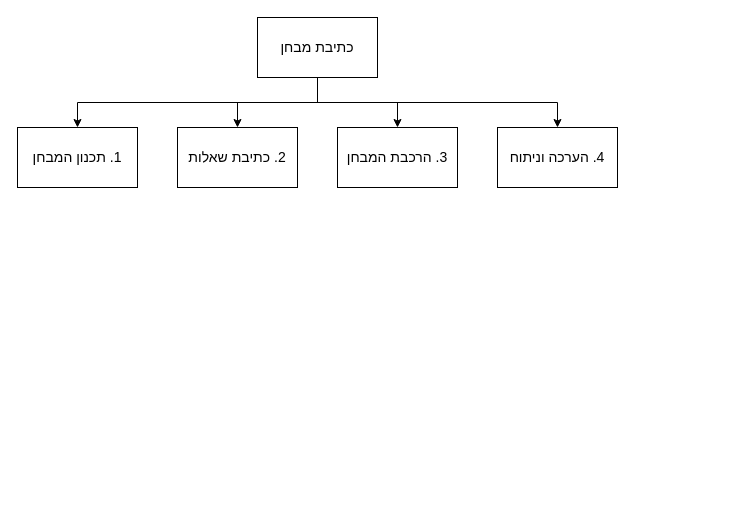
The draw.io diagram Semesterial Project_assigment1_HumanIterface/HTA - מערכת לבניית מבחנים.drawio in reemyha/GoNature, before the edit. Source tidied: cells renumbered, new cells numbered last; positions are measured from the earlier drawing's top-left corner, leaving out a move shared by most shapes. Both pictures are drawn from the tidied source at 100%, with x=0, y=0 at pixel (17, 17).
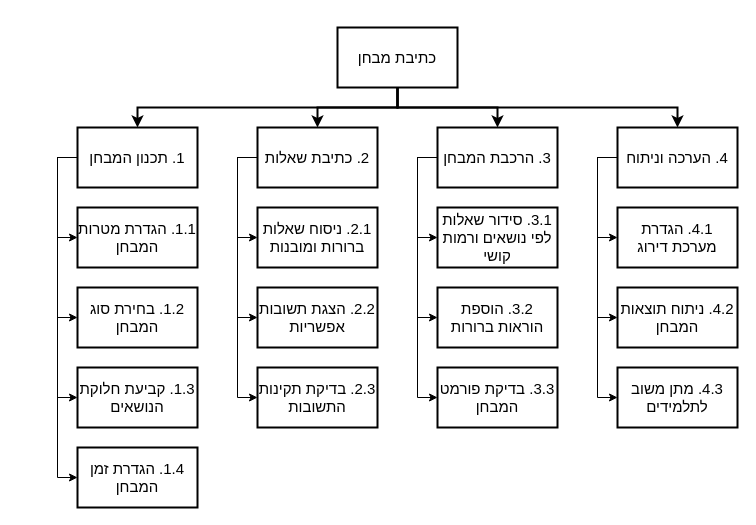
Above is the later version.

Diff of the diagram source:
```diff
@@
+    <mxCell id="11" style="edgeStyle=orthogonalEdgeStyle;rounded=0;jettySize=auto;html=1;exitX=0;exitY=0.5;exitDx=0;exitDy=0;entryX=0;entryY=0.5;entryDx=0;entryDy=0;" parent="1" edge="1" source="2" target="28">
+      <mxGeometry relative="1" as="geometry" />
+    </mxCell>
+    <mxCell id="12" style="edgeStyle=orthogonalEdgeStyle;rounded=0;jettySize=auto;html=1;exitX=0;exitY=0.5;exitDx=0;exitDy=0;entryX=0;entryY=0.5;entryDx=0;entryDy=0;" parent="1" edge="1" source="2" target="29">
+      <mxGeometry relative="1" as="geometry" />
+    </mxCell>
+    <mxCell id="13" style="edgeStyle=orthogonalEdgeStyle;rounded=0;jettySize=auto;html=1;exitX=0;exitY=0.5;exitDx=0;exitDy=0;entryX=0;entryY=0.5;entryDx=0;entryDy=0;" parent="1" edge="1" source="2" target="30">
+      <mxGeometry relative="1" as="geometry" />
+    </mxCell>
-    <mxCell id="2" value="&lt;div style=&quot;direction: rtl; font-size: 14px;&quot;&gt;&lt;span style=&quot;background-color: initial; font-size: 14px;&quot;&gt;2. כתיבת שאלות&lt;/span&gt;&lt;/div&gt;" style="rounded=0;whiteSpace=wrap;html=1;align=center;textDirection=rtl;fontSize=14;" parent="1" vertex="1">
-      <mxGeometry x="160" y="110" width="120" height="60" as="geometry" />
+    <mxCell id="2" value="&lt;div style=&quot;direction: rtl; font-size: 15px;&quot;&gt;&lt;span style=&quot;background-color: initial; font-size: 15px;&quot;&gt;2. כתיבת שאלות&lt;/span&gt;&lt;/div&gt;" style="rounded=0;whiteSpace=wrap;html=1;align=center;textDirection=rtl;fontSize=15;strokeWidth=2;" parent="1" vertex="1">
+      <mxGeometry x="240" y="110" width="120" height="60" as="geometry" />
     </mxCell>
+    <mxCell id="14" style="edgeStyle=orthogonalEdgeStyle;rounded=0;jettySize=auto;html=1;exitX=0;exitY=0.5;exitDx=0;exitDy=0;entryX=0;entryY=0.5;entryDx=0;entryDy=0;" parent="1" edge="1" source="3" target="31">
+      <mxGeometry relative="1" as="geometry" />
+    </mxCell>
+    <mxCell id="15" style="edgeStyle=orthogonalEdgeStyle;rounded=0;jettySize=auto;html=1;exitX=0;exitY=0.5;exitDx=0;exitDy=0;entryX=0;entryY=0.5;entryDx=0;entryDy=0;" parent="1" edge="1" source="3" target="32">
+      <mxGeometry relative="1" as="geometry" />
+    </mxCell>
+    <mxCell id="16" style="edgeStyle=orthogonalEdgeStyle;rounded=0;jettySize=auto;html=1;exitX=0;exitY=0.5;exitDx=0;exitDy=0;entryX=0;entryY=0.5;entryDx=0;entryDy=0;" parent="1" edge="1" source="3" target="33">
+      <mxGeometry relative="1" as="geometry" />
+    </mxCell>
-    <mxCell id="3" value="&lt;div style=&quot;direction: rtl; font-size: 14px;&quot;&gt;&lt;span style=&quot;background-color: initial; font-size: 14px;&quot;&gt;3. הרכבת המבחן&lt;/span&gt;&lt;/div&gt;" style="rounded=0;whiteSpace=wrap;html=1;align=center;textDirection=rtl;fontSize=14;" parent="1" vertex="1">
-      <mxGeometry x="320" y="110" width="120" height="60" as="geometry" />
+    <mxCell id="3" value="&lt;div style=&quot;direction: rtl; font-size: 15px;&quot;&gt;&lt;span style=&quot;background-color: initial; font-size: 15px;&quot;&gt;3. הרכבת המבחן&lt;/span&gt;&lt;/div&gt;" style="rounded=0;whiteSpace=wrap;html=1;align=center;textDirection=rtl;fontSize=15;strokeWidth=2;" parent="1" vertex="1">
+      <mxGeometry x="420" y="110" width="120" height="60" as="geometry" />
     </mxCell>
+    <mxCell id="17" style="edgeStyle=orthogonalEdgeStyle;rounded=0;jettySize=auto;html=1;exitX=0;exitY=0.5;exitDx=0;exitDy=0;entryX=0;entryY=0.5;entryDx=0;entryDy=0;" parent="1" edge="1" source="4" target="34">
+      <mxGeometry relative="1" as="geometry" />
+    </mxCell>
+    <mxCell id="18" style="edgeStyle=orthogonalEdgeStyle;rounded=0;jettySize=auto;html=1;exitX=0;exitY=0.5;exitDx=0;exitDy=0;entryX=0;entryY=0.5;entryDx=0;entryDy=0;" parent="1" edge="1" source="4" target="35">
+      <mxGeometry relative="1" as="geometry" />
+    </mxCell>
+    <mxCell id="19" style="edgeStyle=orthogonalEdgeStyle;rounded=0;jettySize=auto;html=1;exitX=0;exitY=0.5;exitDx=0;exitDy=0;entryX=0;entryY=0.5;entryDx=0;entryDy=0;" parent="1" edge="1" source="4" target="36">
+      <mxGeometry relative="1" as="geometry" />
+    </mxCell>
-    <mxCell id="4" value="&lt;div style=&quot;direction: rtl; font-size: 14px;&quot;&gt;&lt;span style=&quot;background-color: initial; font-size: 14px;&quot;&gt;4. הערכה וניתוח&lt;/span&gt;&lt;/div&gt;" style="rounded=0;whiteSpace=wrap;html=1;align=center;textDirection=rtl;fontSize=14;" parent="1" vertex="1">
-      <mxGeometry x="480" y="110" width="120" height="60" as="geometry" />
+    <mxCell id="4" value="&lt;div style=&quot;direction: rtl; font-size: 15px;&quot;&gt;&lt;span style=&quot;background-color: initial; font-size: 15px;&quot;&gt;4. הערכה וניתוח&lt;/span&gt;&lt;/div&gt;" style="rounded=0;whiteSpace=wrap;html=1;align=center;textDirection=rtl;fontSize=15;strokeWidth=2;" parent="1" vertex="1">
+      <mxGeometry x="600" y="110" width="120" height="60" as="geometry" />
     </mxCell>
+    <mxCell id="20" style="edgeStyle=orthogonalEdgeStyle;rounded=0;jettySize=auto;html=1;exitX=0;exitY=0.5;exitDx=0;exitDy=0;entryX=0;entryY=0.5;entryDx=0;entryDy=0;" parent="1" edge="1" source="5" target="24">
+      <mxGeometry relative="1" as="geometry" />
+    </mxCell>
+    <mxCell id="21" style="edgeStyle=orthogonalEdgeStyle;rounded=0;jettySize=auto;html=1;exitX=0;exitY=0.5;exitDx=0;exitDy=0;entryX=0;entryY=0.5;entryDx=0;entryDy=0;" parent="1" edge="1" source="5" target="25">
+      <mxGeometry relative="1" as="geometry" />
+    </mxCell>
+    <mxCell id="22" style="edgeStyle=orthogonalEdgeStyle;rounded=0;jettySize=auto;html=1;exitX=0;exitY=0.5;exitDx=0;exitDy=0;entryX=0;entryY=0.5;entryDx=0;entryDy=0;" parent="1" edge="1" source="5" target="26">
+      <mxGeometry relative="1" as="geometry" />
+    </mxCell>
+    <mxCell id="23" style="edgeStyle=orthogonalEdgeStyle;rounded=0;jettySize=auto;html=1;exitX=0;exitY=0.5;exitDx=0;exitDy=0;entryX=0;entryY=0.5;entryDx=0;entryDy=0;" parent="1" edge="1" source="5" target="27">
+      <mxGeometry relative="1" as="geometry" />
+    </mxCell>
-    <mxCell id="5" value="&lt;div style=&quot;direction: rtl; font-size: 14px;&quot;&gt;&lt;span style=&quot;background-color: initial; font-size: 14px;&quot;&gt;1. תכנון המבחן&lt;/span&gt;&lt;/div&gt;" style="rounded=0;whiteSpace=wrap;html=1;align=center;textDirection=rtl;fontSize=14;" parent="1" vertex="1">
-      <mxGeometry y="110" width="120" height="60" as="geometry" />
+    <mxCell id="5" value="&lt;div style=&quot;direction: rtl; font-size: 15px;&quot;&gt;&lt;span style=&quot;background-color: initial; font-size: 15px;&quot;&gt;1. תכנון המבחן&lt;/span&gt;&lt;/div&gt;" style="rounded=0;whiteSpace=wrap;html=1;align=center;textDirection=rtl;fontSize=15;strokeWidth=2;" parent="1" vertex="1">
+      <mxGeometry x="60" y="110" width="120" height="60" as="geometry" />
     </mxCell>
-    <mxCell id="6" style="edgeStyle=orthogonalEdgeStyle;rounded=0;jettySize=auto;html=1;exitX=0.5;exitY=1;exitDx=0;exitDy=0;entryX=0.5;entryY=0;entryDx=0;entryDy=0;" parent="1" edge="1" source="10" target="5">
+    <mxCell id="6" style="edgeStyle=orthogonalEdgeStyle;rounded=0;jettySize=auto;html=1;exitX=0.5;exitY=1;exitDx=0;exitDy=0;entryX=0.5;entryY=0;entryDx=0;entryDy=0;textDirection=rtl;fontSize=15;strokeWidth=2;" parent="1" edge="1" source="10" target="5">
       <mxGeometry relative="1" as="geometry" />
     </mxCell>
-    <mxCell id="7" style="edgeStyle=orthogonalEdgeStyle;rounded=0;jettySize=auto;html=1;exitX=0.5;exitY=1;exitDx=0;exitDy=0;entryX=0.5;entryY=0;entryDx=0;entryDy=0;" parent="1" edge="1" source="10" target="2">
+    <mxCell id="7" style="edgeStyle=orthogonalEdgeStyle;rounded=0;jettySize=auto;html=1;exitX=0.5;exitY=1;exitDx=0;exitDy=0;entryX=0.5;entryY=0;entryDx=0;entryDy=0;textDirection=rtl;fontSize=15;strokeWidth=2;" parent="1" edge="1" source="10" target="2">
       <mxGeometry relative="1" as="geometry" />
     </mxCell>
-    <mxCell id="8" style="edgeStyle=orthogonalEdgeStyle;rounded=0;jettySize=auto;html=1;exitX=0.5;exitY=1;exitDx=0;exitDy=0;entryX=0.5;entryY=0;entryDx=0;entryDy=0;" parent="1" edge="1" source="10" target="3">
+    <mxCell id="8" style="edgeStyle=orthogonalEdgeStyle;rounded=0;jettySize=auto;html=1;exitX=0.5;exitY=1;exitDx=0;exitDy=0;entryX=0.5;entryY=0;entryDx=0;entryDy=0;textDirection=rtl;fontSize=15;strokeWidth=2;" parent="1" edge="1" source="10" target="3">
       <mxGeometry relative="1" as="geometry" />
     </mxCell>
-    <mxCell id="9" style="edgeStyle=orthogonalEdgeStyle;rounded=0;jettySize=auto;html=1;exitX=0.5;exitY=1;exitDx=0;exitDy=0;entryX=0.5;entryY=0;entryDx=0;entryDy=0;" parent="1" edge="1" source="10" target="4">
+    <mxCell id="9" style="edgeStyle=orthogonalEdgeStyle;rounded=0;jettySize=auto;html=1;exitX=0.5;exitY=1;exitDx=0;exitDy=0;entryX=0.5;entryY=0;entryDx=0;entryDy=0;textDirection=rtl;fontSize=15;strokeWidth=2;" parent="1" edge="1" source="10" target="4">
       <mxGeometry relative="1" as="geometry" />
     </mxCell>
-    <mxCell id="10" value="כתיבת מבחן" style="rounded=0;whiteSpace=wrap;html=1;fontSize=14;textDirection=rtl;" parent="1" vertex="1">
-      <mxGeometry x="240" width="120" height="60" as="geometry" />
+    <mxCell id="10" value="כתיבת מבחן" style="rounded=0;whiteSpace=wrap;html=1;fontSize=15;textDirection=rtl;strokeWidth=2;" parent="1" vertex="1">
+      <mxGeometry x="320" y="10" width="120" height="60" as="geometry" />
     </mxCell>
+    <mxCell id="24" value="1.1. הגדרת מטרות המבחן" style="whiteSpace=wrap;html=1;fontSize=15;rounded=0;textDirection=rtl;strokeWidth=2;" parent="1" vertex="1">
+      <mxGeometry x="60" y="190" width="120" height="60" as="geometry" />
+    </mxCell>
+    <mxCell id="25" value="1.2. בחירת סוג המבחן" style="whiteSpace=wrap;html=1;fontSize=15;rounded=0;textDirection=rtl;strokeWidth=2;" parent="1" vertex="1">
+      <mxGeometry x="60" y="270" width="120" height="60" as="geometry" />
+    </mxCell>
+    <mxCell id="26" value="1.3. קביעת חלוקת הנושאים" style="whiteSpace=wrap;html=1;fontSize=15;rounded=0;textDirection=rtl;strokeWidth=2;" parent="1" vertex="1">
+      <mxGeometry x="60" y="350" width="120" height="60" as="geometry" />
+    </mxCell>
+    <mxCell id="27" value="1.4. הגדרת זמן המבחן" style="whiteSpace=wrap;html=1;fontSize=15;rounded=0;textDirection=rtl;strokeWidth=2;" parent="1" vertex="1">
+      <mxGeometry x="60" y="430" width="120" height="60" as="geometry" />
+    </mxCell>
+    <mxCell id="28" value="2.1. ניסוח שאלות ברורות ומובנות" style="whiteSpace=wrap;html=1;fontSize=15;rounded=0;textDirection=rtl;strokeWidth=2;" parent="1" vertex="1">
+      <mxGeometry x="240" y="190" width="120" height="60" as="geometry" />
+    </mxCell>
+    <mxCell id="29" value="2.2. הצגת תשובות אפשריות" style="whiteSpace=wrap;html=1;fontSize=15;rounded=0;textDirection=rtl;strokeWidth=2;" parent="1" vertex="1">
+      <mxGeometry x="240" y="270" width="120" height="60" as="geometry" />
+    </mxCell>
+    <mxCell id="30" value="2.3. בדיקת תקינות התשובות" style="whiteSpace=wrap;html=1;fontSize=15;rounded=0;textDirection=rtl;strokeWidth=2;" parent="1" vertex="1">
+      <mxGeometry x="240" y="350" width="120" height="60" as="geometry" />
+    </mxCell>
+    <mxCell id="31" value="3.1. סידור שאלות לפי נושאים ורמות קושי" style="whiteSpace=wrap;html=1;fontSize=15;rounded=0;textDirection=rtl;strokeWidth=2;" parent="1" vertex="1">
+      <mxGeometry x="420" y="190" width="120" height="60" as="geometry" />
+    </mxCell>
+    <mxCell id="32" value="3.2. הוספת הוראות ברורות" style="whiteSpace=wrap;html=1;fontSize=15;rounded=0;textDirection=rtl;strokeWidth=2;" parent="1" vertex="1">
+      <mxGeometry x="420" y="270" width="120" height="60" as="geometry" />
+    </mxCell>
+    <mxCell id="33" value="3.3. בדיקת פורמט המבחן" style="whiteSpace=wrap;html=1;fontSize=15;rounded=0;textDirection=rtl;strokeWidth=2;" parent="1" vertex="1">
+      <mxGeometry x="420" y="350" width="120" height="60" as="geometry" />
+    </mxCell>
+    <mxCell id="34" value="4.1. הגדרת מערכת דירוג" style="whiteSpace=wrap;html=1;fontSize=15;rounded=0;textDirection=rtl;strokeWidth=2;" parent="1" vertex="1">
+      <mxGeometry x="600" y="190" width="120" height="60" as="geometry" />
+    </mxCell>
+    <mxCell id="35" value="4.2. ניתוח תוצאות המבחן" style="whiteSpace=wrap;html=1;fontSize=15;rounded=0;textDirection=rtl;strokeWidth=2;" parent="1" vertex="1">
+      <mxGeometry x="600" y="270" width="120" height="60" as="geometry" />
+    </mxCell>
+    <mxCell id="36" value="4.3. מתן משוב לתלמידים" style="whiteSpace=wrap;html=1;fontSize=15;rounded=0;textDirection=rtl;strokeWidth=2;" parent="1" vertex="1">
+      <mxGeometry x="600" y="350" width="120" height="60" as="geometry" />
+    </mxCell>
```
